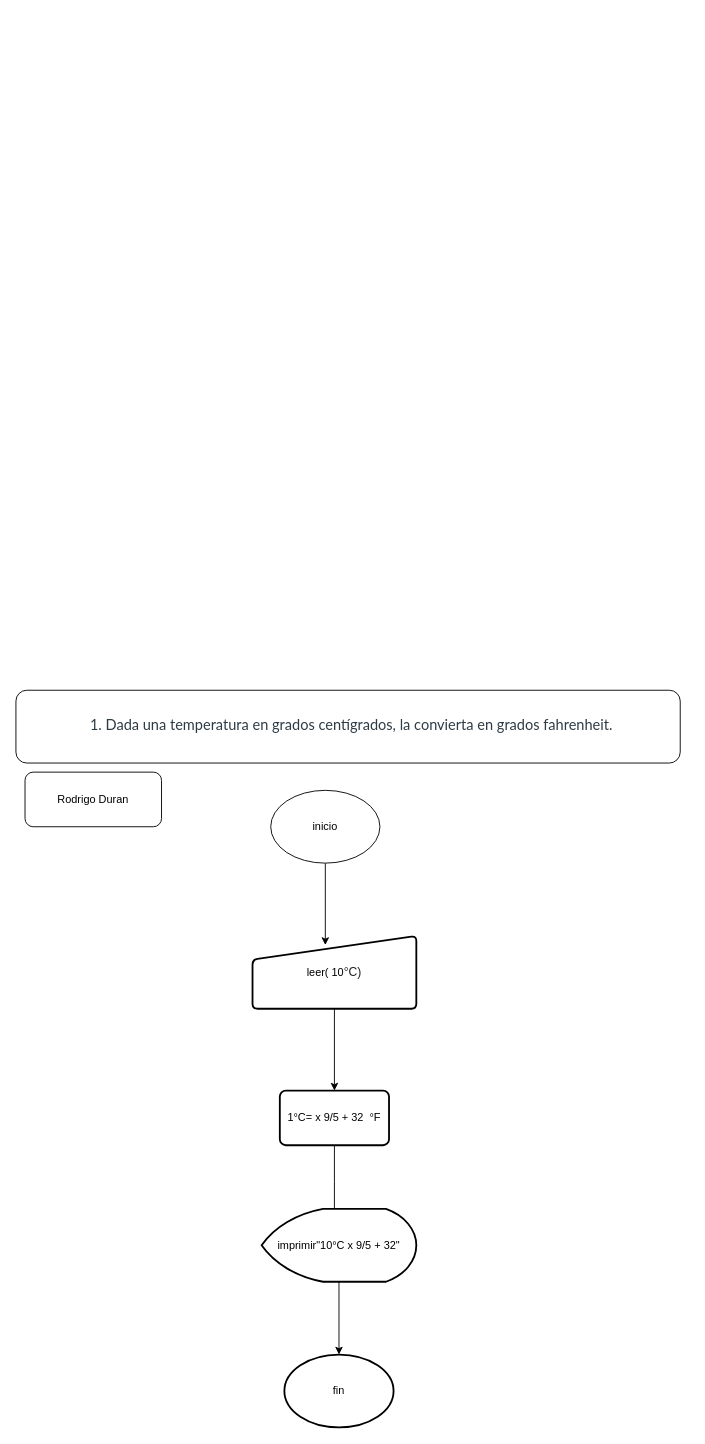
The draw.io diagram page "Page-1" (1 of 3) of Untitled Diagram.drawio in 12RodrigoDuran/Formula, before the edit. Source tidied: cells renumbered, new cells numbered last; positions are measured from the earlier drawing's top-left corner, leaving out a move shared by most shapes. Both pictures are drawn from the tidied source at 91%, with x=0, y=0 at pixel (15, 690).
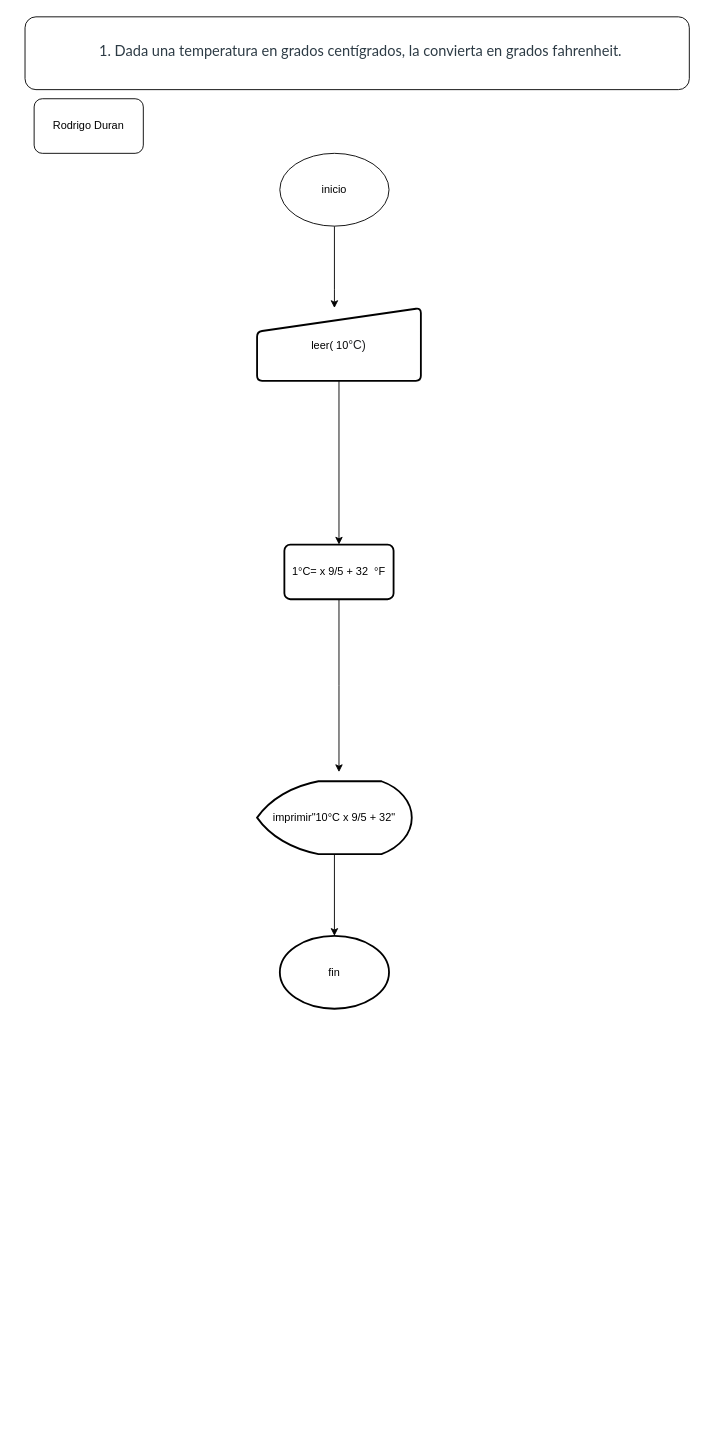
The same diagram, later.

What changed in the source:
```diff
@@
 <mxGraphModel>
   <root>
     <mxCell id="0" />
     <mxCell id="1" parent="0" />
     <mxCell id="2" value="&#10;&#10;&lt;ol style=&quot;padding: 0px; margin: 0px 0px 6px 25px; color: rgb(45, 59, 69); font-family: latoweb, &amp;quot;lato extended&amp;quot;, lato, &amp;quot;helvetica neue&amp;quot;, helvetica, arial, sans-serif; font-size: 16px; font-style: normal; font-weight: 400; letter-spacing: normal; text-indent: 0px; text-transform: none; word-spacing: 0px; background-color: rgb(255, 255, 255);&quot;&gt;&lt;li&gt;Dada una temperatura en grados centígrados, la convierta en grados fahrenheit.&lt;/li&gt;&lt;/ol&gt;&#10;&#10;" style="rounded=1;whiteSpace=wrap;html=1;" parent="1" vertex="1">
-      <mxGeometry width="730" height="80" as="geometry" />
+      <mxGeometry x="10" y="-740" width="730" height="80" as="geometry" />
     </mxCell>
-    <mxCell id="3" style="edgeStyle=orthogonalEdgeStyle;rounded=0;jettySize=auto;html=1;" parent="1" edge="1" source="4">
-      <mxGeometry relative="1" as="geometry">
-        <mxPoint x="340" y="280" as="targetPoint" />
-      </mxGeometry>
-    </mxCell>
+    <mxCell id="13" style="edgeStyle=orthogonalEdgeStyle;rounded=0;jettySize=auto;html=1;" parent="1" edge="1" source="4" target="6">
+      <mxGeometry relative="1" as="geometry">
+        <Array as="points">
+          <mxPoint x="350" y="-440" />
+          <mxPoint x="350" y="-440" />
+        </Array>
+      </mxGeometry>
+    </mxCell>
     <mxCell id="4" value="inicio" style="ellipse;whiteSpace=wrap;html=1;" parent="1" vertex="1">
-      <mxGeometry x="280" y="110" width="120" height="80" as="geometry" />
+      <mxGeometry x="290" y="-590" width="120" height="80" as="geometry" />
     </mxCell>
     <mxCell id="5" style="edgeStyle=orthogonalEdgeStyle;rounded=0;jettySize=auto;html=1;" parent="1" edge="1" source="6" target="8">
       <mxGeometry relative="1" as="geometry" />
     </mxCell>
     <mxCell id="6" value="&lt;div style=&quot;text-align: left&quot;&gt;&lt;span&gt;leer( 10&lt;/span&gt;&lt;font color=&quot;#202124&quot; face=&quot;arial, sans-serif&quot;&gt;&lt;span style=&quot;font-size: 13.3333px ; background-color: rgb(255 , 255 , 255)&quot;&gt;°C)&lt;/span&gt;&lt;/font&gt;&lt;/div&gt;" style="html=1;strokeWidth=2;shape=manualInput;whiteSpace=wrap;rounded=1;size=26;arcSize=11;" parent="1" vertex="1">
-      <mxGeometry x="260" y="270" width="180" height="80" as="geometry" />
+      <mxGeometry x="265" y="-420" width="180" height="80" as="geometry" />
     </mxCell>
-    <mxCell id="7" style="edgeStyle=orthogonalEdgeStyle;rounded=0;jettySize=auto;html=1;" parent="1" edge="1" source="8">
-      <mxGeometry relative="1" as="geometry">
-        <mxPoint x="350" y="580" as="targetPoint" />
-      </mxGeometry>
-    </mxCell>
+    <mxCell id="14" style="edgeStyle=orthogonalEdgeStyle;rounded=0;jettySize=auto;html=1;" parent="1" edge="1" source="8">
+      <mxGeometry relative="1" as="geometry">
+        <mxPoint x="355" y="90" as="targetPoint" />
+      </mxGeometry>
+    </mxCell>
     <mxCell id="8" value="1°C= x 9/5 + 32&amp;nbsp; °F" style="whiteSpace=wrap;html=1;rounded=1;strokeWidth=2;arcSize=11;" parent="1" vertex="1">
-      <mxGeometry x="290" y="440" width="120" height="60" as="geometry" />
+      <mxGeometry x="295" y="-160" width="120" height="60" as="geometry" />
     </mxCell>
     <mxCell id="9" style="edgeStyle=orthogonalEdgeStyle;rounded=0;jettySize=auto;html=1;" parent="1" edge="1" source="10" target="11">
       <mxGeometry relative="1" as="geometry" />
     </mxCell>
     <mxCell id="10" value="imprimir&quot;10°C x 9/5 + 32&quot;" style="strokeWidth=2;html=1;shape=mxgraph.flowchart.display;whiteSpace=wrap;" parent="1" vertex="1">
-      <mxGeometry x="270" y="570" width="170" height="80" as="geometry" />
+      <mxGeometry x="265" y="100" width="170" height="80" as="geometry" />
     </mxCell>
     <mxCell id="11" value="fin" style="ellipse;whiteSpace=wrap;html=1;strokeWidth=2;" parent="1" vertex="1">
-      <mxGeometry x="295" y="730" width="120" height="80" as="geometry" />
+      <mxGeometry x="290" y="270" width="120" height="80" as="geometry" />
     </mxCell>
     <mxCell id="12" value="Rodrigo Duran" style="rounded=1;whiteSpace=wrap;html=1;" parent="1" vertex="1">
-      <mxGeometry x="10" y="90" width="150" height="60" as="geometry" />
+      <mxGeometry x="20" y="-650" width="120" height="60" as="geometry" />
     </mxCell>
   </root>
 </mxGraphModel>
```
